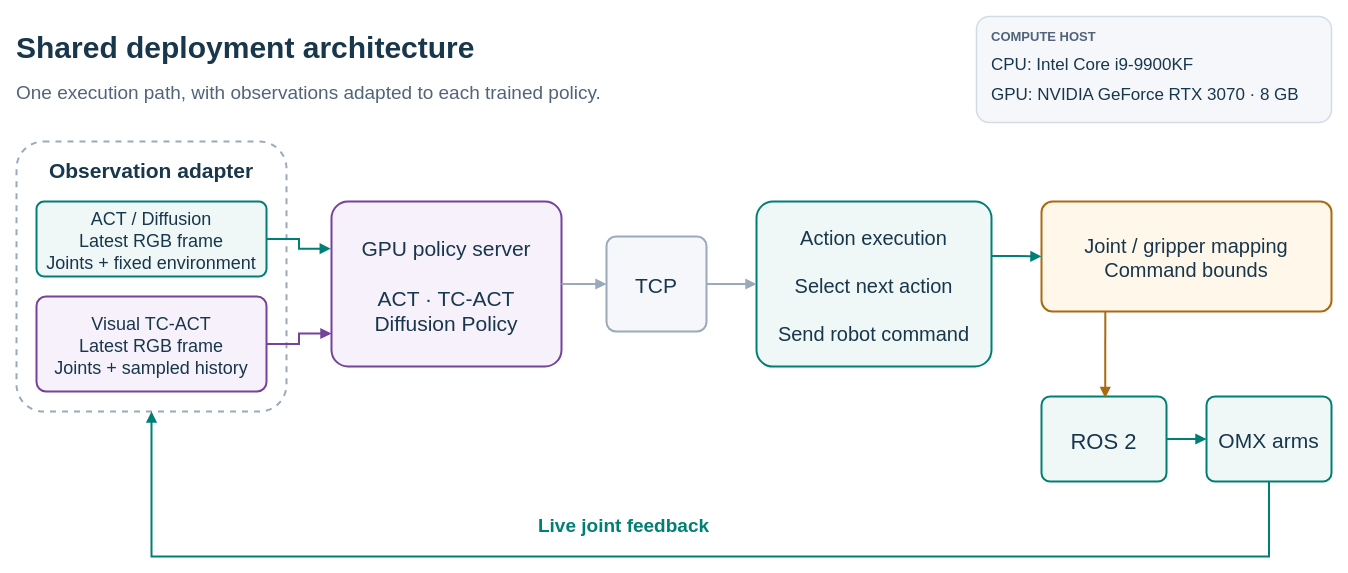
The draw.io diagram page "Deployment architecture" (1 of 2) of docs/assets/diagrams/hardware-deployment.drawio in green101630-jwi/literate-octo-doodle, before the edit. Source tidied: cells renumbered, new cells numbered last; positions are measured from the earlier drawing's top-left corner, leaving out a move shared by most shapes. Both pictures are drawn from the tidied source at 100%, with x=0, y=0 at pixel (16, 16).
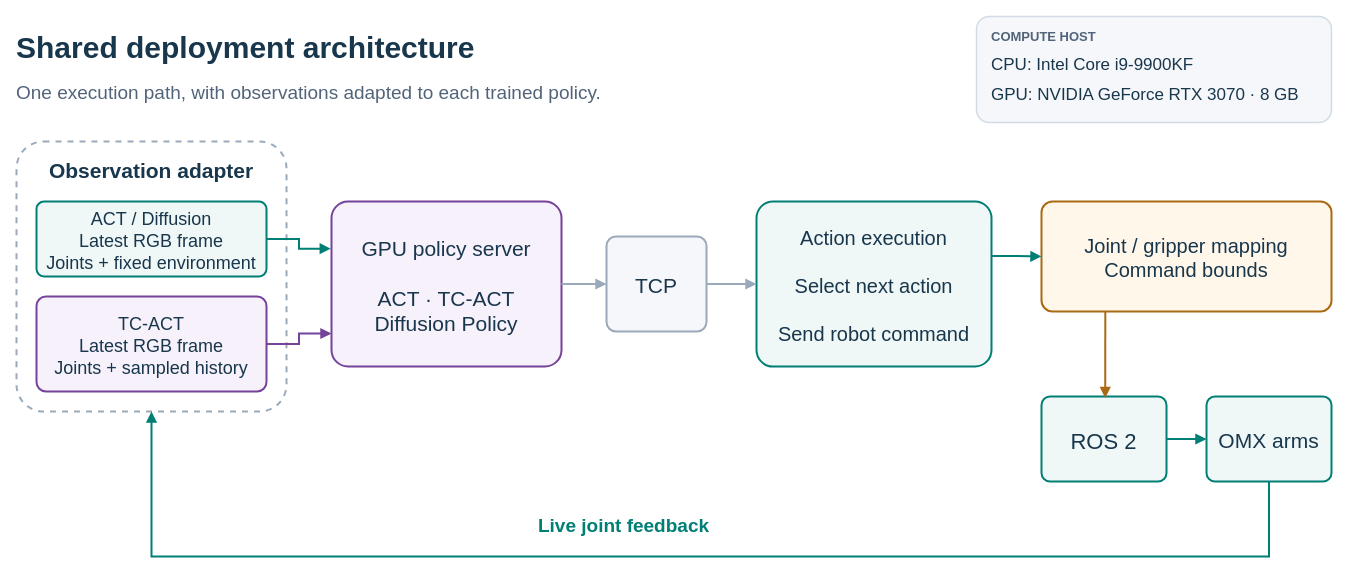
Above is the later version.

What changed in the source:
```diff
@@
-    <mxCell id="7" value="Visual TC-ACT&#10;Latest RGB frame&#10;Joints + sampled history" style="rounded=1;arcSize=10;whiteSpace=nowrap;html=0;fillColor=#f6f1fa;strokeColor=#75439a;strokeWidth=2;fontColor=#18364c;fontFamily=Arial;fontSize=18;align=center;verticalAlign=middle;spacing=12;" parent="1" vertex="1">
+    <mxCell id="7" value="TC-ACT&#10;Latest RGB frame&#10;Joints + sampled history" style="rounded=1;arcSize=10;whiteSpace=nowrap;html=0;fillColor=#f6f1fa;strokeColor=#75439a;strokeWidth=2;fontColor=#18364c;fontFamily=Arial;fontSize=18;align=center;verticalAlign=middle;spacing=12;" parent="1" vertex="1">
       <mxGeometry x="20" y="280" width="230" height="95" as="geometry" />
     </mxCell>
```
